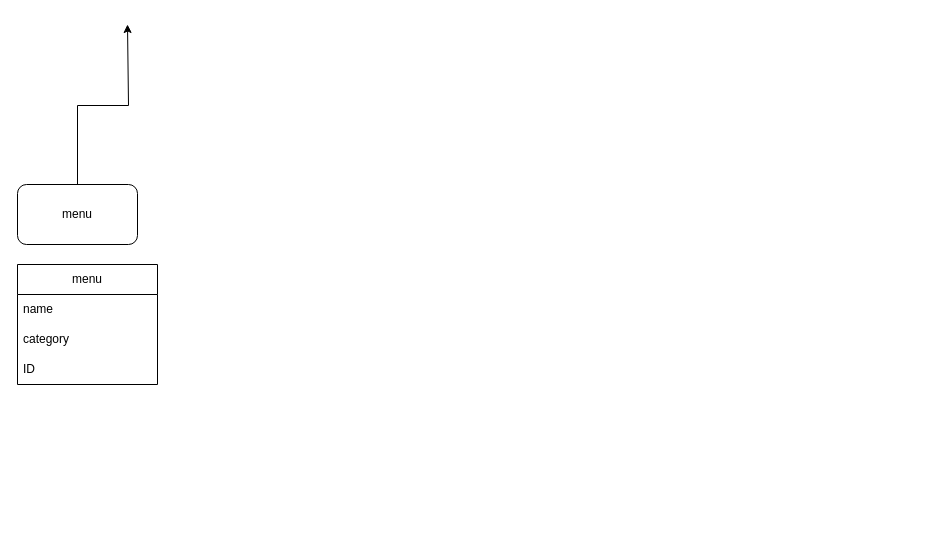
Earlier version of the draw.io diagram Untitled Diagram.drawio (madhupavan-oss/Go-Madhu). Source tidied: cells renumbered, new cells numbered last; positions are measured from the earlier drawing's top-left corner, leaving out a move shared by most shapes. Both pictures are drawn from the tidied source at 100%, with x=0, y=0 at pixel (17, 24).
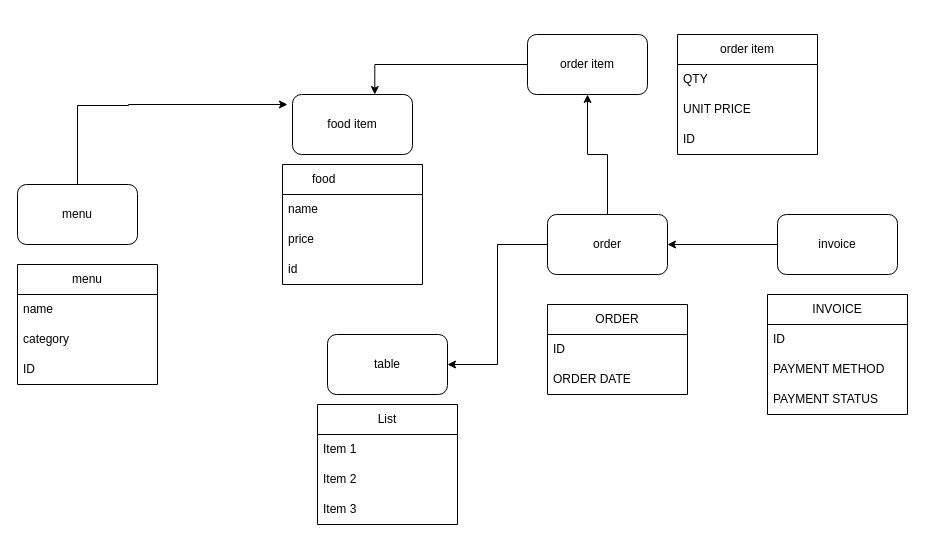
The same diagram, later.

Unchanged cells that the change refers to:
```xml
<mxCell id="3" value="menu" style="rounded=1;whiteSpace=wrap;html=1;" parent="1" vertex="1">
  <mxGeometry y="160" width="120" height="60" as="geometry" />
</mxCell>
<mxCell id="4" value="menu" style="swimlane;fontStyle=0;horizontal=1;startSize=30;whiteSpace=wrap;html=1;" parent="1" vertex="1">
  <mxGeometry y="240" width="140" height="120" as="geometry" />
</mxCell>
```

Change to the diagram source:
```diff
@@
-    <mxCell id="2" style="edgeStyle=orthogonalEdgeStyle;rounded=0;jettySize=auto;html=1;" parent="1" edge="1" source="3">
-      <mxGeometry relative="1" as="geometry">
-        <mxPoint x="110" as="targetPoint" />
-        <Array as="points">
-          <mxPoint x="60" y="81" />
-          <mxPoint x="111" y="81" />
-        </Array>
-      </mxGeometry>
-    </mxCell>
+    <mxCell id="8" style="edgeStyle=orthogonalEdgeStyle;rounded=0;jettySize=auto;html=1;" parent="1" edge="1" source="3">
+      <mxGeometry relative="1" as="geometry">
+        <mxPoint x="270" y="80" as="targetPoint" />
+        <Array as="points">
+          <mxPoint x="60" y="81" />
+          <mxPoint x="111" y="81" />
+        </Array>
+      </mxGeometry>
+    </mxCell>
@@
-    <mxCell id="7" value="ID" style="text;strokeColor=none;fillColor=none;align=left;verticalAlign=middle;spacingLeft=4;spacingRight=4;overflow=hidden;whiteSpace=wrap;html=1;" parent="4" vertex="1">
-      <mxGeometry y="90" width="140" height="30" as="geometry" />
-    </mxCell>
+    <mxCell id="9" value="ID" style="text;strokeColor=none;fillColor=none;align=left;verticalAlign=middle;spacingLeft=4;spacingRight=4;overflow=hidden;whiteSpace=wrap;html=1;" parent="4" vertex="1">
+      <mxGeometry y="90" width="140" height="30" as="geometry" />
+    </mxCell>
+    <mxCell id="10" value="food item" style="rounded=1;whiteSpace=wrap;html=1;" parent="1" vertex="1">
+      <mxGeometry x="275" y="70" width="120" height="60" as="geometry" />
+    </mxCell>
+    <mxCell id="11" value="food&lt;span style=&quot;white-space: pre;&quot;&gt;&#9;&lt;/span&gt;&lt;span style=&quot;white-space: pre;&quot;&gt;&#9;&lt;/span&gt;&lt;span style=&quot;white-space: pre;&quot;&gt;&#9;&lt;/span&gt;" style="swimlane;fontStyle=0;horizontal=1;startSize=30;whiteSpace=wrap;html=1;" parent="1" vertex="1">
+      <mxGeometry x="265" y="140" width="140" height="120" as="geometry" />
+    </mxCell>
+    <mxCell id="12" value="name&lt;span style=&quot;white-space: pre;&quot;&gt;&#9;&lt;/span&gt;&lt;span style=&quot;white-space: pre;&quot;&gt;&#9;&lt;/span&gt;&lt;span style=&quot;white-space: pre;&quot;&gt;&#9;&lt;/span&gt;&lt;span style=&quot;white-space: pre;&quot;&gt;&#9;&lt;/span&gt;&lt;span style=&quot;white-space: pre;&quot;&gt;&#9;&lt;/span&gt;&lt;span style=&quot;white-space: pre;&quot;&gt;&#9;&lt;/span&gt;&lt;span style=&quot;white-space: pre;&quot;&gt;&#9;&lt;/span&gt;" style="text;strokeColor=none;fillColor=none;align=left;verticalAlign=middle;spacingLeft=4;spacingRight=4;overflow=hidden;whiteSpace=wrap;html=1;" parent="11" vertex="1">
+      <mxGeometry y="30" width="140" height="30" as="geometry" />
+    </mxCell>
+    <mxCell id="13" value="price" style="text;strokeColor=none;fillColor=none;align=left;verticalAlign=middle;spacingLeft=4;spacingRight=4;overflow=hidden;whiteSpace=wrap;html=1;" parent="11" vertex="1">
+      <mxGeometry y="60" width="140" height="30" as="geometry" />
+    </mxCell>
+    <mxCell id="14" value="id" style="text;strokeColor=none;fillColor=none;align=left;verticalAlign=middle;spacingLeft=4;spacingRight=4;overflow=hidden;whiteSpace=wrap;html=1;" parent="11" vertex="1">
+      <mxGeometry y="90" width="140" height="30" as="geometry" />
+    </mxCell>
+    <mxCell id="15" value="order item" style="rounded=1;whiteSpace=wrap;html=1;" parent="1" vertex="1">
+      <mxGeometry x="510" y="10" width="120" height="60" as="geometry" />
+    </mxCell>
+    <mxCell id="16" style="edgeStyle=orthogonalEdgeStyle;rounded=0;jettySize=auto;html=1;entryX=0.5;entryY=1;entryDx=0;entryDy=0;" parent="1" edge="1" source="18" target="15">
+      <mxGeometry relative="1" as="geometry" />
+    </mxCell>
+    <mxCell id="17" style="edgeStyle=orthogonalEdgeStyle;rounded=0;jettySize=auto;html=1;entryX=1;entryY=0.5;entryDx=0;entryDy=0;" parent="1" edge="1" source="18" target="21">
+      <mxGeometry relative="1" as="geometry" />
+    </mxCell>
+    <mxCell id="18" value="order" style="rounded=1;whiteSpace=wrap;html=1;" parent="1" vertex="1">
+      <mxGeometry x="530" y="190" width="120" height="60" as="geometry" />
+    </mxCell>
+    <mxCell id="19" style="edgeStyle=orthogonalEdgeStyle;rounded=0;jettySize=auto;html=1;" parent="1" edge="1" source="20" target="18">
+      <mxGeometry relative="1" as="geometry" />
+    </mxCell>
+    <mxCell id="20" value="invoice" style="rounded=1;whiteSpace=wrap;html=1;" parent="1" vertex="1">
+      <mxGeometry x="760" y="190" width="120" height="60" as="geometry" />
+    </mxCell>
+    <mxCell id="21" value="table" style="rounded=1;whiteSpace=wrap;html=1;" parent="1" vertex="1">
+      <mxGeometry x="310" y="310" width="120" height="60" as="geometry" />
+    </mxCell>
+    <mxCell id="22" style="edgeStyle=orthogonalEdgeStyle;rounded=0;jettySize=auto;html=1;entryX=0.686;entryY=0;entryDx=0;entryDy=0;entryPerimeter=0;" parent="1" edge="1" source="15" target="10">
+      <mxGeometry relative="1" as="geometry" />
+    </mxCell>
+    <mxCell id="23" value="order item" style="swimlane;fontStyle=0;horizontal=1;startSize=30;whiteSpace=wrap;html=1;" parent="1" vertex="1">
+      <mxGeometry x="660" y="10" width="140" height="120" as="geometry" />
+    </mxCell>
+    <mxCell id="24" value="QTY" style="text;strokeColor=none;fillColor=none;align=left;verticalAlign=middle;spacingLeft=4;spacingRight=4;overflow=hidden;whiteSpace=wrap;html=1;" parent="23" vertex="1">
+      <mxGeometry y="30" width="140" height="30" as="geometry" />
+    </mxCell>
+    <mxCell id="25" value="UNIT PRICE" style="text;strokeColor=none;fillColor=none;align=left;verticalAlign=middle;spacingLeft=4;spacingRight=4;overflow=hidden;whiteSpace=wrap;html=1;" parent="23" vertex="1">
+      <mxGeometry y="60" width="140" height="30" as="geometry" />
+    </mxCell>
+    <mxCell id="26" value="ID" style="text;strokeColor=none;fillColor=none;align=left;verticalAlign=middle;spacingLeft=4;spacingRight=4;overflow=hidden;whiteSpace=wrap;html=1;" parent="23" vertex="1">
+      <mxGeometry y="90" width="140" height="30" as="geometry" />
+    </mxCell>
+    <mxCell id="27" value="ORDER" style="swimlane;fontStyle=0;horizontal=1;startSize=30;whiteSpace=wrap;html=1;" parent="1" vertex="1">
+      <mxGeometry x="530" y="280" width="140" height="90" as="geometry" />
+    </mxCell>
+    <mxCell id="28" value="ID" style="text;strokeColor=none;fillColor=none;align=left;verticalAlign=middle;spacingLeft=4;spacingRight=4;overflow=hidden;whiteSpace=wrap;html=1;" parent="27" vertex="1">
+      <mxGeometry y="30" width="140" height="30" as="geometry" />
+    </mxCell>
+    <mxCell id="29" value="ORDER DATE" style="text;strokeColor=none;fillColor=none;align=left;verticalAlign=middle;spacingLeft=4;spacingRight=4;overflow=hidden;whiteSpace=wrap;html=1;" parent="27" vertex="1">
+      <mxGeometry y="60" width="140" height="30" as="geometry" />
+    </mxCell>
+    <mxCell id="30" value="INVOICE" style="swimlane;fontStyle=0;horizontal=1;startSize=30;whiteSpace=wrap;html=1;" parent="1" vertex="1">
+      <mxGeometry x="750" y="270" width="140" height="120" as="geometry" />
+    </mxCell>
+    <mxCell id="31" value="ID" style="text;strokeColor=none;fillColor=none;align=left;verticalAlign=middle;spacingLeft=4;spacingRight=4;overflow=hidden;whiteSpace=wrap;html=1;" parent="30" vertex="1">
+      <mxGeometry y="30" width="140" height="30" as="geometry" />
+    </mxCell>
+    <mxCell id="32" value="PAYMENT METHOD" style="text;strokeColor=none;fillColor=none;align=left;verticalAlign=middle;spacingLeft=4;spacingRight=4;overflow=hidden;whiteSpace=wrap;html=1;" parent="30" vertex="1">
+      <mxGeometry y="60" width="140" height="30" as="geometry" />
+    </mxCell>
+    <mxCell id="33" value="PAYMENT STATUS" style="text;strokeColor=none;fillColor=none;align=left;verticalAlign=middle;spacingLeft=4;spacingRight=4;overflow=hidden;whiteSpace=wrap;html=1;" parent="30" vertex="1">
+      <mxGeometry y="90" width="140" height="30" as="geometry" />
+    </mxCell>
+    <mxCell id="34" value="List" style="swimlane;fontStyle=0;horizontal=1;startSize=30;whiteSpace=wrap;html=1;" parent="1" vertex="1">
+      <mxGeometry x="300" y="380" width="140" height="120" as="geometry" />
+    </mxCell>
+    <mxCell id="35" value="Item 1" style="text;strokeColor=none;fillColor=none;align=left;verticalAlign=middle;spacingLeft=4;spacingRight=4;overflow=hidden;whiteSpace=wrap;html=1;" parent="34" vertex="1">
+      <mxGeometry y="30" width="140" height="30" as="geometry" />
+    </mxCell>
+    <mxCell id="36" value="Item 2" style="text;strokeColor=none;fillColor=none;align=left;verticalAlign=middle;spacingLeft=4;spacingRight=4;overflow=hidden;whiteSpace=wrap;html=1;" parent="34" vertex="1">
+      <mxGeometry y="60" width="140" height="30" as="geometry" />
+    </mxCell>
+    <mxCell id="37" value="Item 3" style="text;strokeColor=none;fillColor=none;align=left;verticalAlign=middle;spacingLeft=4;spacingRight=4;overflow=hidden;whiteSpace=wrap;html=1;" parent="34" vertex="1">
+      <mxGeometry y="90" width="140" height="30" as="geometry" />
+    </mxCell>
```
